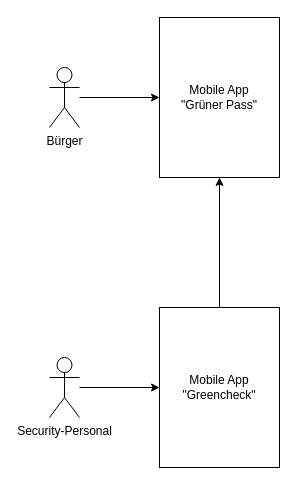
Above: Diagrams/Architecture/architecture.drawio in SchoolRepos/AUD-GreenPass (draw.io), before the change. Source tidied: cells renumbered, new cells numbered last; positions are measured from the earlier drawing's top-left corner, leaving out a move shared by most shapes. Both pictures are drawn from the tidied source at 100%, with x=0, y=0 at pixel (49, 17).
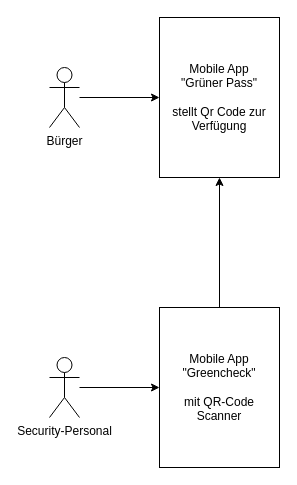
Above is the later version.

The edit, as a diff of the source:
```diff
@@
 <mxGraphModel>
   <root>
     <mxCell id="0" />
     <mxCell id="1" parent="0" />
-    <mxCell id="2" value="Mobile App&lt;br&gt;&quot;Grüner Pass&quot;" style="rounded=0;whiteSpace=wrap;html=1;" parent="1" vertex="1">
+    <mxCell id="2" value="Mobile App&lt;br&gt;&quot;Grüner Pass&quot;&lt;br&gt;&lt;br&gt;stellt Qr Code zur Verfügung" style="rounded=0;whiteSpace=wrap;html=1;" parent="1" vertex="1">
       <mxGeometry x="110" width="120" height="160" as="geometry" />
     </mxCell>
     <mxCell id="3" style="edgeStyle=orthogonalEdgeStyle;rounded=0;jettySize=auto;html=1;" parent="1" edge="1" source="4" target="2">
       <mxGeometry relative="1" as="geometry" />
     </mxCell>
-    <mxCell id="4" value="Mobile App&lt;br&gt;&quot;Greencheck&quot;" style="rounded=0;whiteSpace=wrap;html=1;" parent="1" vertex="1">
+    <mxCell id="4" value="Mobile App&lt;br&gt;&quot;Greencheck&quot;&lt;br&gt;&lt;br&gt;mit QR-Code Scanner" style="rounded=0;whiteSpace=wrap;html=1;" parent="1" vertex="1">
       <mxGeometry x="110" y="290" width="120" height="160" as="geometry" />
     </mxCell>
     <mxCell id="5" style="edgeStyle=orthogonalEdgeStyle;rounded=0;jettySize=auto;html=1;" parent="1" edge="1" source="6" target="2">
       <mxGeometry relative="1" as="geometry" />
     </mxCell>
     <mxCell id="6" value="Bürger" style="shape=umlActor;verticalLabelPosition=bottom;verticalAlign=top;html=1;outlineConnect=0;" parent="1" vertex="1">
       <mxGeometry y="50" width="30" height="60" as="geometry" />
     </mxCell>
     <mxCell id="7" style="edgeStyle=orthogonalEdgeStyle;rounded=0;jettySize=auto;html=1;" parent="1" edge="1" source="8" target="4">
       <mxGeometry relative="1" as="geometry" />
     </mxCell>
     <mxCell id="8" value="Security-Personal" style="shape=umlActor;verticalLabelPosition=bottom;verticalAlign=top;html=1;outlineConnect=0;" parent="1" vertex="1">
       <mxGeometry y="340" width="30" height="60" as="geometry" />
     </mxCell>
   </root>
 </mxGraphModel>
```
